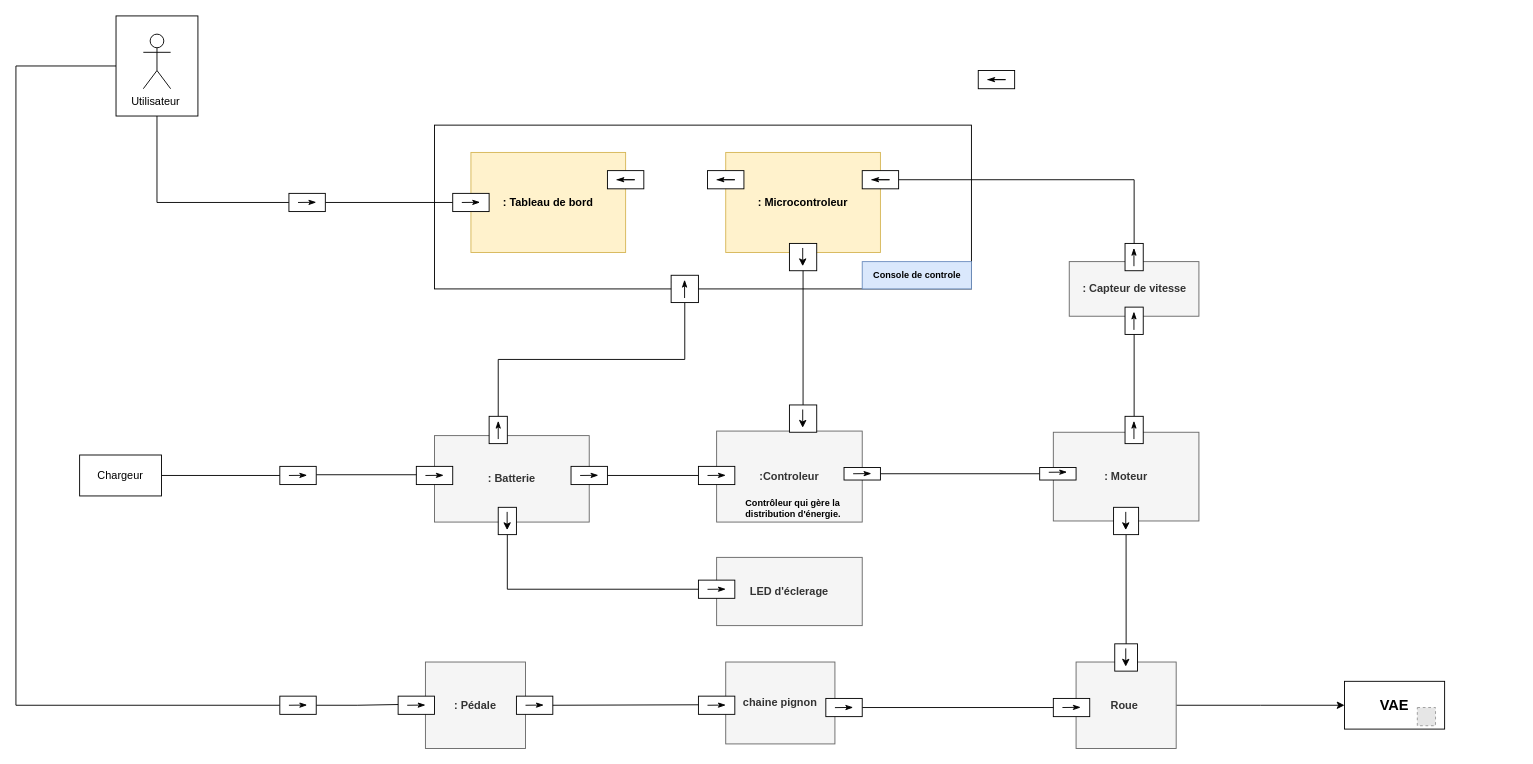
Above: diagramme de bloc interne.drawio in zakaria-bak/VAE-Velo-Assistance-Electrique--SysML-diagrams (draw.io), before the change. Source tidied: cells renumbered, new cells numbered last; positions are measured from the earlier drawing's top-left corner, leaving out a move shared by most shapes. Both pictures are drawn from the tidied source at 91%, with x=0, y=0 at pixel (15, 15). Pictures stored in the file or linked from it are replaced by grey dashed boxes.
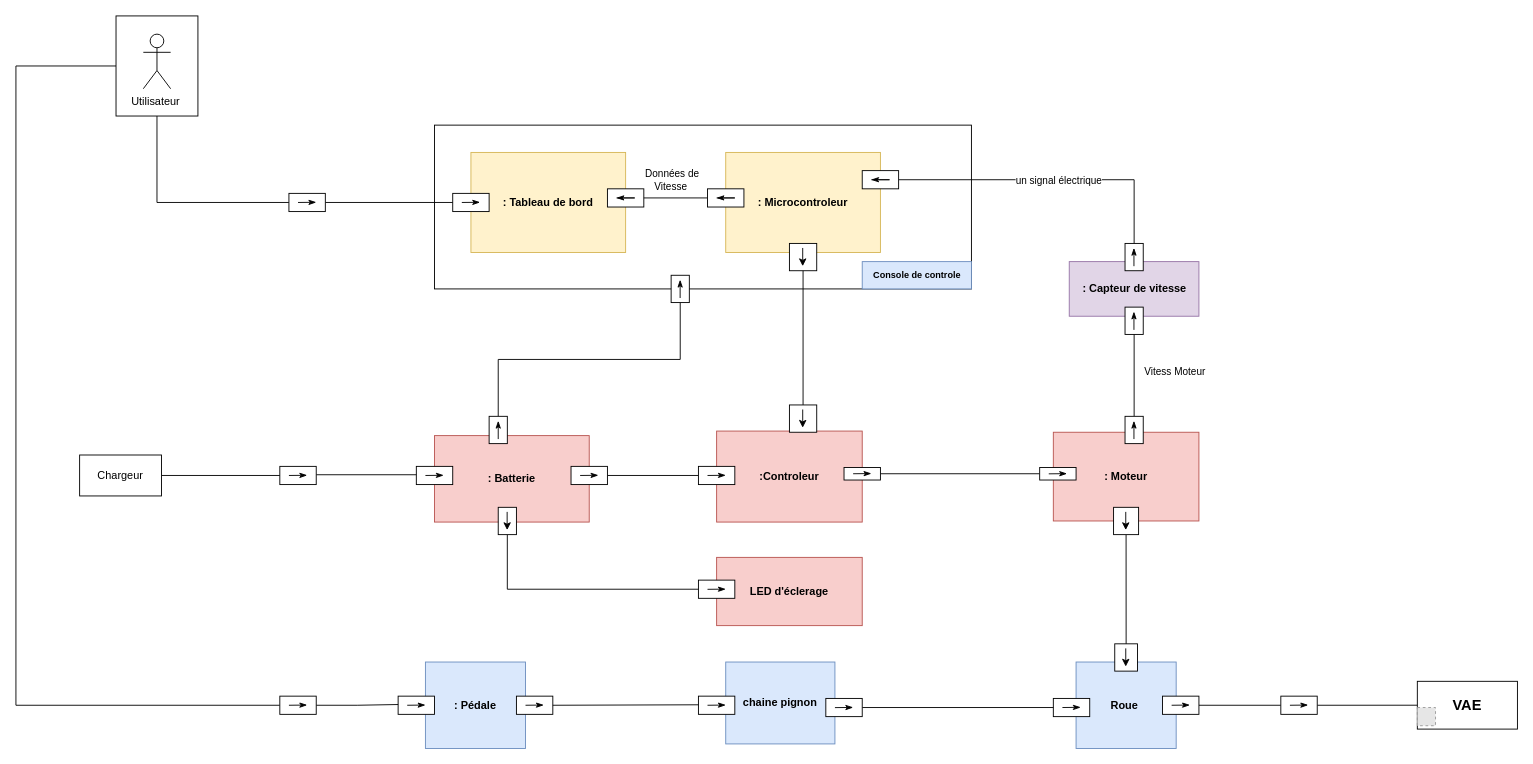
The same page after the edit.

The change refers to these unchanged cells:
```xml
<mxCell id="13" style="rounded=0;whiteSpace=wrap;html=1;shadow=0;" parent="1" vertex="1">
  <mxGeometry x="480" y="195" width="40" height="20" as="geometry" />
</mxCell>
<mxCell id="19" style="rounded=0;whiteSpace=wrap;html=1;shadow=0;" parent="1" vertex="1">
  <mxGeometry x="300" y="195" width="40" height="20" as="geometry" />
</mxCell>
<mxCell id="50" style="edgeStyle=orthogonalEdgeStyle;rounded=0;jettySize=auto;html=1;exitX=1;exitY=0.5;exitDx=0;exitDy=0;entryX=0;entryY=0.5;entryDx=0;entryDy=0;endArrow=none;endFill=0;" parent="1" edge="1" source="51" target="46">
  <mxGeometry relative="1" as="geometry" />
</mxCell>
<mxCell id="66" style="edgeStyle=orthogonalEdgeStyle;rounded=0;jettySize=auto;html=1;exitX=0;exitY=0.5;exitDx=0;exitDy=0;entryX=1;entryY=0.5;entryDx=0;entryDy=0;endArrow=none;endFill=0;" parent="1" edge="1" source="67" target="64">
  <mxGeometry relative="1" as="geometry">
    <Array as="points">
      <mxPoint x="1229" y="440" />
      <mxPoint x="1229" y="395" />
    </Array>
  </mxGeometry>
</mxCell>
```

The edit, as a diff of the source:
```diff
@@
-    <mxCell id="7" value="&lt;b&gt;: Batterie&lt;/b&gt;" style="rounded=0;whiteSpace=wrap;html=1;rotation=0;fillColor=#f5f5f5;fontColor=#333333;strokeColor=#666666;" parent="1" vertex="1">
+    <mxCell id="7" value="&lt;b&gt;: Batterie&lt;/b&gt;" style="rounded=0;whiteSpace=wrap;html=1;rotation=0;fillColor=#f8cecc;strokeColor=#b85450;" parent="1" vertex="1">
       <mxGeometry x="460" y="461.2" width="170" height="95" as="geometry" />
     </mxCell>
-    <mxCell id="8" value="&lt;b&gt;: Pédale&lt;/b&gt;" style="rounded=0;whiteSpace=wrap;html=1;rotation=0;fillColor=#f5f5f5;fontColor=#333333;strokeColor=#666666;" parent="1" vertex="1">
+    <mxCell id="8" value="&lt;b&gt;: Pédale&lt;/b&gt;" style="rounded=0;whiteSpace=wrap;html=1;rotation=0;fillColor=#dae8fc;strokeColor=#6c8ebf;" parent="1" vertex="1">
       <mxGeometry x="450" y="710" width="110" height="95" as="geometry" />
     </mxCell>
-    <mxCell id="9" value="&lt;b&gt;: Moteur&lt;/b&gt;" style="rounded=0;whiteSpace=wrap;html=1;rotation=0;fillColor=#f5f5f5;strokeColor=#666666;fontColor=#333333;" parent="1" vertex="1">
+    <mxCell id="9" value="&lt;b&gt;: Moteur&lt;/b&gt;" style="rounded=0;whiteSpace=wrap;html=1;rotation=0;fillColor=#f8cecc;strokeColor=#b85450;" parent="1" vertex="1">
       <mxGeometry x="1140" y="457.5" width="160" height="97.5" as="geometry" />
     </mxCell>
-    <mxCell id="10" value="&lt;b&gt;chaine pignon&lt;/b&gt;" style="rounded=0;whiteSpace=wrap;html=1;rotation=0;fillColor=#f5f5f5;fontColor=#333333;strokeColor=#666666;" parent="1" vertex="1">
+    <mxCell id="10" value="&lt;b&gt;chaine pignon&lt;/b&gt;" style="rounded=0;whiteSpace=wrap;html=1;rotation=0;fillColor=#dae8fc;strokeColor=#6c8ebf;" parent="1" vertex="1">
       <mxGeometry x="780" y="710" width="120" height="90" as="geometry" />
     </mxCell>
-    <mxCell id="11" style="edgeStyle=orthogonalEdgeStyle;rounded=0;jettySize=auto;html=1;exitX=1;exitY=0.5;exitDx=0;exitDy=0;" parent="1" edge="1" source="12" target="84">
-      <mxGeometry relative="1" as="geometry" />
-    </mxCell>
-    <mxCell id="12" value="&lt;b&gt;Roue&amp;nbsp;&lt;/b&gt;" style="rounded=0;whiteSpace=wrap;html=1;rotation=0;fillColor=#f5f5f5;fontColor=#333333;strokeColor=#666666;" parent="1" vertex="1">
+    <mxCell id="12" value="&lt;b&gt;Roue&amp;nbsp;&lt;/b&gt;" style="rounded=0;whiteSpace=wrap;html=1;rotation=0;fillColor=#dae8fc;strokeColor=#6c8ebf;" parent="1" vertex="1">
       <mxGeometry x="1165" y="710" width="110" height="95" as="geometry" />
     </mxCell>
@@
-    <mxCell id="18" style="edgeStyle=orthogonalEdgeStyle;rounded=0;jettySize=auto;html=1;exitX=1;exitY=0.5;exitDx=0;exitDy=0;entryX=0;entryY=0.5;entryDx=0;entryDy=0;endArrow=none;endFill=0;" parent="1" edge="1" source="19" target="13">
+    <mxCell id="18" style="edgeStyle=orthogonalEdgeStyle;rounded=0;jettySize=auto;html=1;exitX=1;exitY=0.5;exitDx=0;exitDy=0;entryX=0;entryY=0.5;entryDx=0;entryDy=0;endArrow=none;endFill=0;strokeColor=#000000;strokeWidth=1;" parent="1" edge="1" source="19" target="13">
       <mxGeometry relative="1" as="geometry" />
     </mxCell>
@@
-    <mxCell id="21" style="edgeStyle=orthogonalEdgeStyle;rounded=0;jettySize=auto;html=1;exitX=0;exitY=0.25;exitDx=0;exitDy=0;" parent="1" edge="1" source="22">
-      <mxGeometry relative="1" as="geometry">
-        <mxPoint x="740" y="305" as="targetPoint" />
-      </mxGeometry>
-    </mxCell>
     <mxCell id="22" style="rounded=0;whiteSpace=wrap;html=1;shadow=0;" parent="1" vertex="1">
-      <mxGeometry x="720" y="285" width="30" height="30" as="geometry" />
+      <mxGeometry x="720" y="285" width="20" height="30" as="geometry" />
     </mxCell>
     <mxCell id="23" style="endArrow=classicThin;html=1;rounded=0;endFill=1;shadow=0;" parent="1" edge="1">
       <mxGeometry relative="1" as="geometry">
-        <mxPoint x="734.8" y="310" as="sourcePoint" />
-        <mxPoint x="734.8" y="290" as="targetPoint" />
+        <mxPoint x="729.9" y="310" as="sourcePoint" />
+        <mxPoint x="729.9" y="290" as="targetPoint" />
       </mxGeometry>
     </mxCell>
@@
-    <mxCell id="36" value="&lt;b&gt;:Controleur&lt;/b&gt;" style="rounded=0;whiteSpace=wrap;html=1;rotation=0;fillColor=#f5f5f5;fontColor=#333333;strokeColor=#666666;" parent="1" vertex="1">
+    <mxCell id="36" value="&lt;b&gt;:Controleur&lt;/b&gt;" style="rounded=0;whiteSpace=wrap;html=1;rotation=0;fillColor=#f8cecc;strokeColor=#b85450;" parent="1" vertex="1">
       <mxGeometry x="770" y="456.2" width="160" height="100" as="geometry" />
     </mxCell>
-    <mxCell id="37" value="Contrôleur qui gère la distribution d'énergie." style="text;whiteSpace=wrap;fontSize=10;fontStyle=1;" parent="1" vertex="1">
-      <mxGeometry x="800" y="522.5" width="120" height="30" as="geometry" />
-    </mxCell>
@@
-    <mxCell id="42" value="&lt;b&gt;: Capteur de vitesse&lt;/b&gt;" style="rounded=0;whiteSpace=wrap;html=1;rotation=0;fillColor=#f5f5f5;fontColor=#333333;strokeColor=#666666;" parent="1" vertex="1">
+    <mxCell id="42" value="&lt;b&gt;: Capteur de vitesse&lt;/b&gt;" style="rounded=0;whiteSpace=wrap;html=1;rotation=0;fillColor=#e1d5e7;strokeColor=#9673a6;" parent="1" vertex="1">
       <mxGeometry x="1157.5" y="270" width="142.5" height="60" as="geometry" />
     </mxCell>
@@
-    <mxCell id="48" style="rounded=0;whiteSpace=wrap;html=1;shadow=0;" parent="1" vertex="1">
-      <mxGeometry x="1057.5" y="60" width="40" height="20" as="geometry" />
-    </mxCell>
-    <mxCell id="49" style="endArrow=classicThin;html=1;rounded=0;endFill=1;shadow=0;" parent="1" edge="1">
-      <mxGeometry relative="1" as="geometry">
-        <mxPoint x="1067.5" y="70" as="sourcePoint" />
-        <mxPoint x="1067.5" y="70" as="targetPoint" />
-        <Array as="points">
-          <mxPoint x="1087.5" y="70" />
-        </Array>
-      </mxGeometry>
-    </mxCell>
@@
+    <mxCell id="96" value="un signal électrique" style="edgeLabel;html=1;align=center;verticalAlign=middle;" parent="50" vertex="1">
+      <mxGeometry x="0.08" y="-3" relative="1" as="geometry">
+        <mxPoint x="-3" y="-3" as="offset" />
+      </mxGeometry>
+    </mxCell>
@@
     <mxCell id="53" style="rounded=0;whiteSpace=wrap;html=1;shadow=0;" parent="1" vertex="1">
-      <mxGeometry x="650" y="170" width="40" height="20" as="geometry" />
+      <mxGeometry x="650" y="190" width="40" height="20" as="geometry" />
     </mxCell>
     <mxCell id="54" style="endArrow=classicThin;html=1;rounded=0;endFill=1;shadow=0;" parent="1" edge="1">
       <mxGeometry relative="1" as="geometry">
-        <mxPoint x="660" y="180" as="sourcePoint" />
-        <mxPoint x="660" y="180" as="targetPoint" />
+        <mxPoint x="660" y="200" as="sourcePoint" />
+        <mxPoint x="660" y="200" as="targetPoint" />
         <Array as="points">
-          <mxPoint x="680" y="180" />
+          <mxPoint x="680" y="200" />
         </Array>
       </mxGeometry>
     </mxCell>
+    <mxCell id="97" style="edgeStyle=orthogonalEdgeStyle;rounded=0;jettySize=auto;html=1;exitX=0;exitY=0.5;exitDx=0;exitDy=0;entryX=1;entryY=0.5;entryDx=0;entryDy=0;endArrow=none;endFill=0;" parent="1" edge="1" source="55" target="53">
+      <mxGeometry relative="1" as="geometry" />
+    </mxCell>
+    <mxCell id="98" value="Données de &lt;br&gt;Vitesse&amp;nbsp;" style="edgeLabel;html=1;align=center;verticalAlign=middle;" parent="97" vertex="1">
+      <mxGeometry x="0.3" relative="1" as="geometry">
+        <mxPoint x="6" y="-20" as="offset" />
+      </mxGeometry>
+    </mxCell>
     <mxCell id="55" style="rounded=0;whiteSpace=wrap;html=1;shadow=0;" parent="1" vertex="1">
-      <mxGeometry x="760" y="170" width="40" height="20" as="geometry" />
+      <mxGeometry x="760" y="190" width="40" height="20" as="geometry" />
     </mxCell>
     <mxCell id="56" style="endArrow=classicThin;html=1;rounded=0;endFill=1;shadow=0;" parent="1" edge="1">
       <mxGeometry relative="1" as="geometry">
-        <mxPoint x="770" y="180" as="sourcePoint" />
-        <mxPoint x="770" y="180" as="targetPoint" />
+        <mxPoint x="770" y="200" as="sourcePoint" />
+        <mxPoint x="770" y="200" as="targetPoint" />
         <Array as="points">
-          <mxPoint x="790" y="180" />
+          <mxPoint x="790" y="200" />
         </Array>
       </mxGeometry>
     </mxCell>
@@
+    <mxCell id="99" value="Vitess Moteur&amp;nbsp;" style="edgeLabel;html=1;align=center;verticalAlign=middle;" parent="66" vertex="1">
+      <mxGeometry x="0.1" y="-3" relative="1" as="geometry">
+        <mxPoint x="43" as="offset" />
+      </mxGeometry>
+    </mxCell>
@@
     <mxCell id="78" style="endArrow=classicThin;html=1;rounded=0;endFill=1;shadow=0;" parent="1" edge="1">
       <mxGeometry relative="1" as="geometry">
-        <mxPoint x="1135" y="501.5" as="sourcePoint" />
-        <mxPoint x="1155" y="501.3" as="targetPoint" />
+        <mxPoint x="1135" y="503.2" as="sourcePoint" />
+        <mxPoint x="1155" y="503" as="targetPoint" />
       </mxGeometry>
     </mxCell>
@@
     <mxCell id="84" value="&lt;font size=&quot;1&quot; style=&quot;&quot;&gt;&lt;b style=&quot;font-size: 16px;&quot;&gt;VAE&lt;/b&gt;&lt;/font&gt;" style="rounded=0;whiteSpace=wrap;html=1;" parent="1" vertex="1">
-      <mxGeometry x="1460" y="731.2" width="110" height="52.5" as="geometry" />
+      <mxGeometry x="1540" y="731.2" width="110" height="52.5" as="geometry" />
     </mxCell>
@@
-    <mxCell id="88" value="&lt;b&gt;LED d'éclerage&lt;/b&gt;" style="rounded=0;whiteSpace=wrap;html=1;rotation=0;fillColor=#f5f5f5;fontColor=#333333;strokeColor=#666666;" parent="1" vertex="1">
+    <mxCell id="88" value="&lt;b&gt;LED d'éclerage&lt;/b&gt;" style="rounded=0;whiteSpace=wrap;html=1;rotation=0;fillColor=#f8cecc;strokeColor=#b85450;" parent="1" vertex="1">
       <mxGeometry x="770" y="595" width="160" height="75" as="geometry" />
     </mxCell>
@@
+    <mxCell id="100" style="edgeStyle=orthogonalEdgeStyle;rounded=0;jettySize=auto;html=1;exitX=1;exitY=0.5;exitDx=0;exitDy=0;entryX=0;entryY=0.5;entryDx=0;entryDy=0;endArrow=none;endFill=0;" parent="1" edge="1" source="101" target="104">
+      <mxGeometry relative="1" as="geometry" />
+    </mxCell>
+    <mxCell id="101" style="rounded=0;whiteSpace=wrap;html=1;shadow=0;" parent="1" vertex="1">
+      <mxGeometry x="1260" y="747.5" width="40" height="20" as="geometry" />
+    </mxCell>
+    <mxCell id="102" style="endArrow=classicThin;html=1;rounded=0;endFill=1;shadow=0;" parent="1" edge="1">
+      <mxGeometry relative="1" as="geometry">
+        <mxPoint x="1270" y="757.5" as="sourcePoint" />
+        <mxPoint x="1290" y="757.3" as="targetPoint" />
+      </mxGeometry>
+    </mxCell>
+    <mxCell id="103" style="edgeStyle=orthogonalEdgeStyle;rounded=0;jettySize=auto;html=1;exitX=1;exitY=0.5;exitDx=0;exitDy=0;entryX=0;entryY=0.5;entryDx=0;entryDy=0;endArrow=none;endFill=0;" parent="1" edge="1" source="104" target="84">
+      <mxGeometry relative="1" as="geometry" />
+    </mxCell>
+    <mxCell id="104" style="rounded=0;whiteSpace=wrap;html=1;shadow=0;" parent="1" vertex="1">
+      <mxGeometry x="1390" y="747.5" width="40" height="20" as="geometry" />
+    </mxCell>
+    <mxCell id="105" style="endArrow=classicThin;html=1;rounded=0;endFill=1;shadow=0;" parent="1" edge="1">
+      <mxGeometry relative="1" as="geometry">
+        <mxPoint x="1400" y="757.5" as="sourcePoint" />
+        <mxPoint x="1420" y="757.3" as="targetPoint" />
+      </mxGeometry>
+    </mxCell>
```
